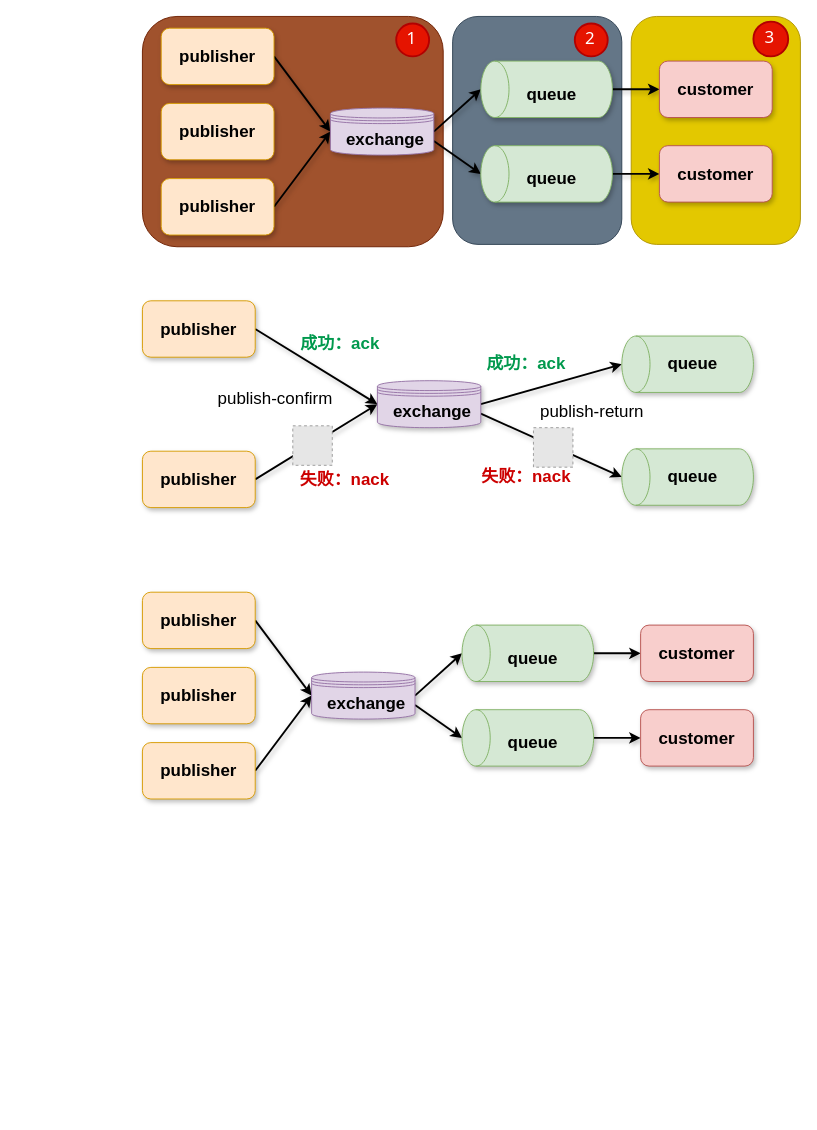
The draw.io diagram RabbitMQ.drawio in C-wx/MindManager, before the edit. Source tidied: cells renumbered, new cells numbered last; positions are measured from the earlier drawing's top-left corner, leaving out a move shared by most shapes. Both pictures are drawn from the tidied source at 94%, with x=0, y=0 at pixel (142, 16). Pictures stored in the file or linked from it are replaced by grey dashed boxes.
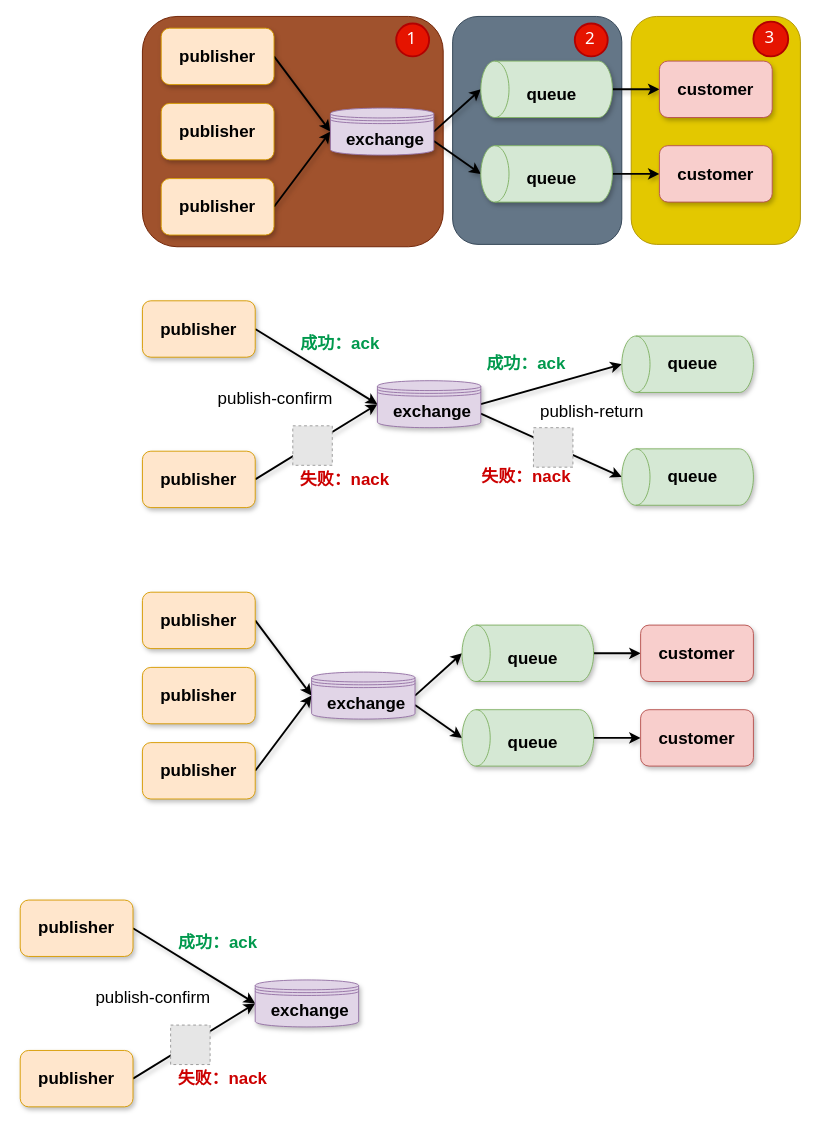
The same page after the edit.

Change to the diagram source:
```diff
@@
+    <mxCell id="62" style="rounded=0;jettySize=auto;html=1;exitX=1;exitY=0.5;exitDx=0;exitDy=0;entryX=0;entryY=0.5;entryDx=0;entryDy=0;fontFamily=JetBrains Mono;fontSize=18;strokeWidth=2;shadow=1;sketch=0;" parent="1" edge="1" source="64" target="67">
+      <mxGeometry relative="1" as="geometry" />
+    </mxCell>
+    <mxCell id="63" value="publish-confirm" style="edgeLabel;html=1;align=center;verticalAlign=middle;fontSize=18;fontFamily=JetBrains Mono;" parent="62" vertex="1">
+      <mxGeometry x="-0.22" y="1" relative="1" as="geometry">
+        <mxPoint x="-31" y="43" as="offset" />
+      </mxGeometry>
+    </mxCell>
+    <mxCell id="64" value="publisher" style="rounded=1;whiteSpace=wrap;html=1;fontFamily=JetBrains Mono;fontSize=18;fontStyle=1;sketch=0;fillColor=#ffe6cc;strokeColor=#d79b00;shadow=1;" parent="1" vertex="1">
+      <mxGeometry x="-130" y="940" width="120" height="60" as="geometry" />
+    </mxCell>
+    <mxCell id="65" style="edgeStyle=none;rounded=0;sketch=0;jettySize=auto;html=1;exitX=1;exitY=0.5;exitDx=0;exitDy=0;entryX=0;entryY=0.5;entryDx=0;entryDy=0;shadow=1;fontFamily=JetBrains Mono;fontSize=18;fontColor=#000000;strokeWidth=2;" parent="1" edge="1" source="66" target="67">
+      <mxGeometry relative="1" as="geometry" />
+    </mxCell>
+    <mxCell id="66" value="publisher" style="rounded=1;whiteSpace=wrap;html=1;fontFamily=JetBrains Mono;fontSize=18;fontStyle=1;sketch=0;fillColor=#ffe6cc;strokeColor=#d79b00;shadow=1;" parent="1" vertex="1">
+      <mxGeometry x="-130" y="1100" width="120" height="60" as="geometry" />
+    </mxCell>
+    <mxCell id="67" style="shape=datastore;whiteSpace=wrap;html=1;rounded=1;shadow=1;glass=0;labelBackgroundColor=#ffffff;sketch=0;disableMultiStroke=0;disableMultiStrokeFill=0;fontFamily=JetBrains Mono;fontSize=14;fillColor=#e1d5e7;verticalAlign=middle;strokeColor=#9673a6;" parent="1" vertex="1">
+      <mxGeometry x="120" y="1025" width="110" height="50" as="geometry" />
+    </mxCell>
+    <mxCell id="68" value="&lt;b&gt;exchange&lt;/b&gt;" style="text;html=1;align=center;verticalAlign=middle;strokeColor=none;fillColor=none;fontSize=18;fontFamily=JetBrains Mono;" parent="1" vertex="1">
+      <mxGeometry x="128" y="1043" width="100" height="30" as="geometry" />
+    </mxCell>
+    <mxCell id="69" value="成功：ack" style="text;html=1;align=center;verticalAlign=middle;strokeColor=none;fillColor=none;fontSize=18;fontFamily=JetBrains Mono;fontColor=#00994D;fontStyle=1;" parent="1" vertex="1">
+      <mxGeometry x="30" y="970" width="100" height="30" as="geometry" />
+    </mxCell>
+    <mxCell id="70" value="失败：nack" style="text;html=1;align=center;verticalAlign=middle;strokeColor=none;fillColor=none;fontSize=18;fontFamily=JetBrains Mono;fontColor=#CC0000;fontStyle=1;" parent="1" vertex="1">
+      <mxGeometry x="30" y="1115" width="110" height="30" as="geometry" />
+    </mxCell>
+    <mxCell id="71" style="fillColor=#E6E6E6;strokeColor=#999999;dashed=1;html=1;verticalAlign=top;verticalLabelPosition=bottom;labelBackgroundColor=#ffffff;fontFamily=JetBrains Mono;fontSize=18;fontColor=#CC0000;" parent="1" vertex="1">
+      <mxGeometry x="30" y="1073" width="42" height="42" as="geometry" />
+    </mxCell>
```
